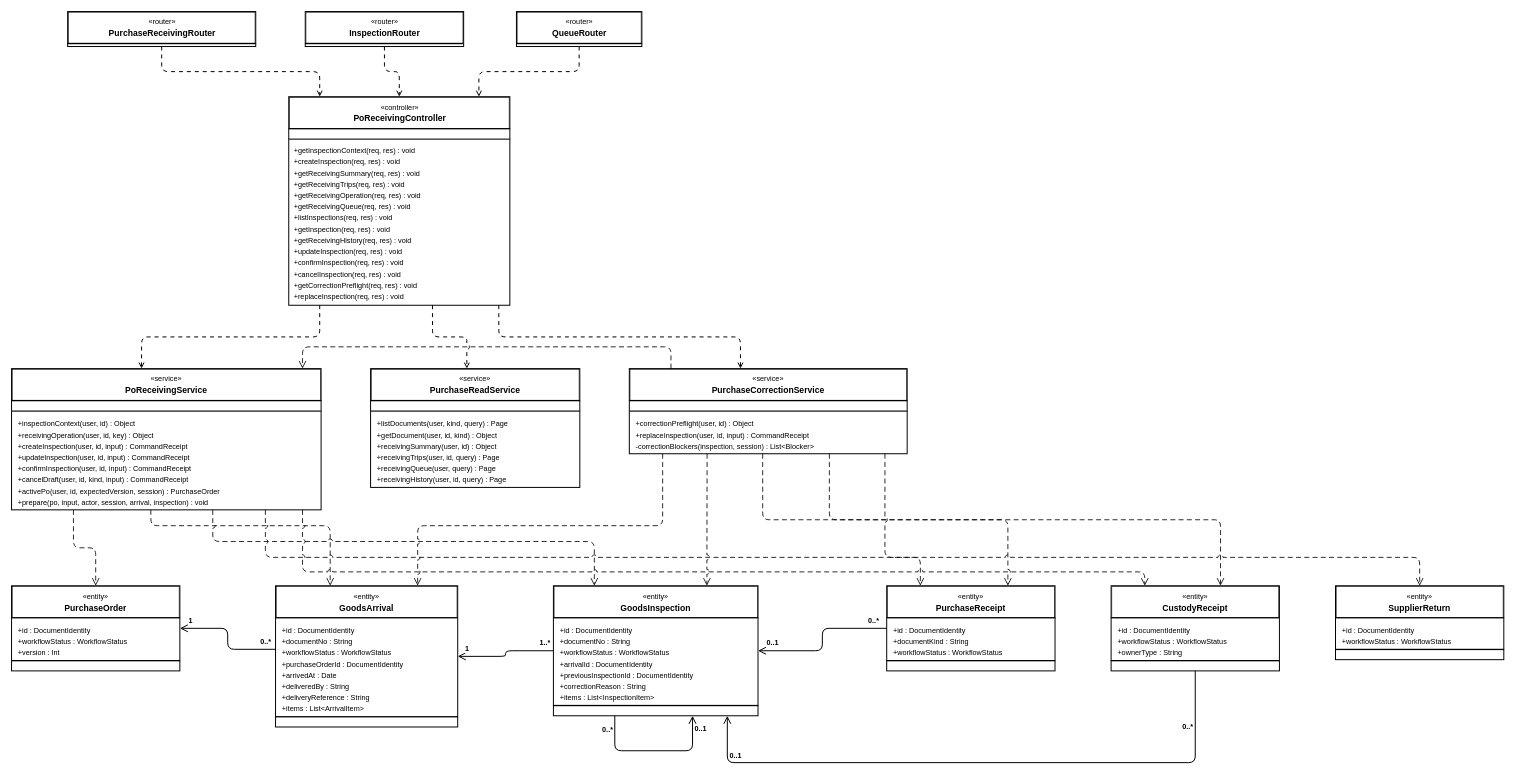
Before: page "1.3.1 Inspection Class" (13 of 25) of git_doc/docs/04_so_do/WMSD_BF01_Diagrams.drawio in bupbalabup/wmsd_be, a draw.io diagram. Source tidied: cells renumbered, new cells numbered last; positions are measured from the earlier drawing's top-left corner, leaving out a move shared by most shapes. Both pictures are drawn from the tidied source at 66%, with x=0, y=0 at pixel (11, 11).
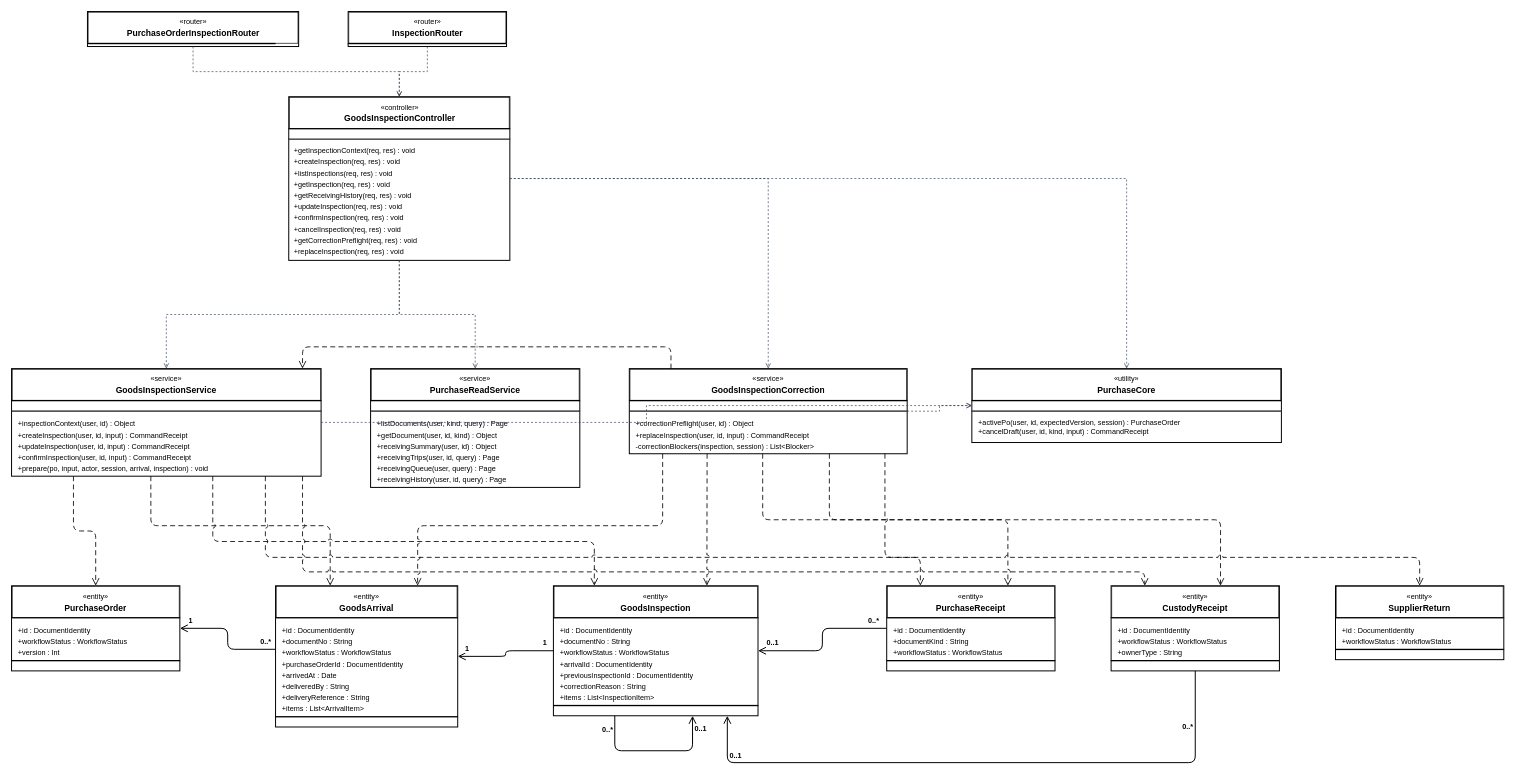
The same diagram, later.

The change refers to these unchanged cells:
```xml
<mxCell id="7" style="rounded=0;strokeWidth=1.5;shadow=0;fontFamily=Helvetica;fontColor=#000000;" parent="1" vertex="1">
  <mxGeometry x="544" y="541" width="317" height="180" as="geometry" />
</mxCell>
<mxCell id="12" style="rounded=0;strokeWidth=1.5;shadow=0;fontFamily=Helvetica;fontColor=#000000;" parent="1" vertex="1">
  <mxGeometry x="936" y="541" width="421" height="129" as="geometry" />
</mxCell>
<mxCell id="61" style="edgeStyle=orthogonalEdgeStyle;rounded=1;jettySize=auto;html=1;jumpStyle=arc;jumpSize=7;fontFamily=Helvetica;fontSize=11;fontColor=#000000;labelBackgroundColor=#FFFFFF;spacing=2;endArrow=open;endSize=9;endFill=0;strokeWidth=1.5;exitX=0;exitY=0.5;exitDx=0;exitDy=0;entryX=1;entryY=0.5;entryDx=0;entryDy=0;" parent="1" edge="1" source="27" target="22">
  <mxGeometry relative="1" as="geometry" />
</mxCell>
```

Diff of the diagram source:
```diff
@@
     <mxCell id="2" style="rounded=0;strokeWidth=1.5;shadow=0;fontFamily=Helvetica;fontColor=#000000;" parent="1" vertex="1">
-      <mxGeometry y="541" width="469" height="214" as="geometry" />
+      <mxGeometry y="541" width="469" height="163" as="geometry" />
     </mxCell>
-    <mxCell id="3" value="&lt;div style=&quot;font-size: 11px; font-weight: 400; line-height: 14px;&quot;&gt;«service»&lt;/div&gt;&lt;div style=&quot;font-size: 13px; font-weight: 700; line-height: 18px; margin-top: 2px;&quot;&gt;PoReceivingService&lt;/div&gt;" style="html=1;align=center;verticalAlign=middle;fontFamily=Helvetica;spacing=0;overflow=hidden;fontColor=#000000;" parent="2" vertex="1">
+    <mxCell id="3" value="&lt;div style=&quot;font-size: 11px; font-weight: 400; line-height: 14px;&quot;&gt;«service»&lt;/div&gt;&lt;div style=&quot;font-size: 13px; font-weight: 700; line-height: 18px; margin-top: 2px;&quot;&gt;GoodsInspectionService&lt;/div&gt;" style="html=1;align=center;verticalAlign=middle;fontFamily=Helvetica;spacing=0;overflow=hidden;fontColor=#000000;" parent="2" vertex="1">
       <mxGeometry x="1" y="1" width="467" height="47" as="geometry" />
     </mxCell>
@@
-    <mxCell id="6" value="&lt;div style=&quot;height:17px;line-height:17px;white-space:nowrap;&quot;&gt;+inspectionContext(user, id) : Object&lt;/div&gt;&lt;div style=&quot;height:17px;line-height:17px;white-space:nowrap;&quot;&gt;+receivingOperation(user, id, key) : Object&lt;/div&gt;&lt;div style=&quot;height:17px;line-height:17px;white-space:nowrap;&quot;&gt;+createInspection(user, id, input) : CommandReceipt&lt;/div&gt;&lt;div style=&quot;height:17px;line-height:17px;white-space:nowrap;&quot;&gt;+updateInspection(user, id, input) : CommandReceipt&lt;/div&gt;&lt;div style=&quot;height:17px;line-height:17px;white-space:nowrap;&quot;&gt;+confirmInspection(user, id, input) : CommandReceipt&lt;/div&gt;&lt;div style=&quot;height:17px;line-height:17px;white-space:nowrap;&quot;&gt;+cancelDraft(user, id, kind, input) : CommandReceipt&lt;/div&gt;&lt;div style=&quot;height:17px;line-height:17px;white-space:nowrap;&quot;&gt;+activePo(user, id, expectedVersion, session) : PurchaseOrder&lt;/div&gt;&lt;div style=&quot;height:17px;line-height:17px;white-space:nowrap;&quot;&gt;+prepare(po, input, actor, session, arrival, inspection) : void&lt;/div&gt;" style="text;html=1;align=left;verticalAlign=top;whiteSpace:nowrap;fontFamily=Helvetica;fontSize=11;spacing=0;fontColor=#000000;" parent="2" vertex="1">
-      <mxGeometry x="10" y="71" width="449" height="138" as="geometry" />
+    <mxCell id="6" value="&lt;div style=&quot;height:17px;line-height:17px;white-space:nowrap;&quot;&gt;+inspectionContext(user, id) : Object&lt;/div&gt;&lt;div style=&quot;height:17px;line-height:17px;white-space:nowrap;&quot;&gt;+createInspection(user, id, input) : CommandReceipt&lt;/div&gt;&lt;div style=&quot;height:17px;line-height:17px;white-space:nowrap;&quot;&gt;+updateInspection(user, id, input) : CommandReceipt&lt;/div&gt;&lt;div style=&quot;height:17px;line-height:17px;white-space:nowrap;&quot;&gt;+confirmInspection(user, id, input) : CommandReceipt&lt;/div&gt;&lt;div style=&quot;height:17px;line-height:17px;white-space:nowrap;&quot;&gt;+prepare(po, input, actor, session, arrival, inspection) : void&lt;/div&gt;" style="text;html=1;align=left;verticalAlign=top;whiteSpace:nowrap;fontFamily=Helvetica;fontSize=11;spacing=0;fontColor=#000000;" parent="2" vertex="1">
+      <mxGeometry x="10" y="71" width="449" height="87" as="geometry" />
     </mxCell>
@@
-    <mxCell id="13" value="&lt;div style=&quot;font-size: 11px; font-weight: 400; line-height: 14px;&quot;&gt;«service»&lt;/div&gt;&lt;div style=&quot;font-size: 13px; font-weight: 700; line-height: 18px; margin-top: 2px;&quot;&gt;PurchaseCorrectionService&lt;/div&gt;" style="html=1;align=center;verticalAlign=middle;fontFamily=Helvetica;spacing=0;overflow=hidden;fontColor=#000000;" parent="12" vertex="1">
+    <mxCell id="13" value="&lt;div style=&quot;font-size: 11px; font-weight: 400; line-height: 14px;&quot;&gt;«service»&lt;/div&gt;&lt;div style=&quot;font-size: 13px; font-weight: 700; line-height: 18px; margin-top: 2px;&quot;&gt;GoodsInspectionCorrection&lt;/div&gt;" style="html=1;align=center;verticalAlign=middle;fontFamily=Helvetica;spacing=0;overflow=hidden;fontColor=#000000;" parent="12" vertex="1">
       <mxGeometry x="1" y="1" width="419" height="47" as="geometry" />
     </mxCell>
@@
-    <mxCell id="62" value="1..*" style="edgeLabel;html=1;align=center;verticalAlign=middle;fontFamily=Helvetica;fontSize=11;fontStyle=1;fontColor=#000000;labelBackgroundColor=#FFFFFF;" parent="61" vertex="1">
+    <mxCell id="62" value="1" style="edgeLabel;html=1;align=center;verticalAlign=middle;fontFamily=Helvetica;fontSize=11;fontStyle=1;fontColor=#000000;labelBackgroundColor=#FFFFFF;" parent="61" vertex="1">
       <mxGeometry x="-0.82" y="-12" relative="1" as="geometry" />
     </mxCell>
@@
     <mxCell id="73" style="rounded=0;strokeWidth=1.5;fontFamily=Helvetica;fontColor=#000000;" parent="1" vertex="1">
-      <mxGeometry x="85" width="285" height="53" as="geometry" />
+      <mxGeometry x="115" width="320" height="53" as="geometry" />
     </mxCell>
-    <mxCell id="74" value="&lt;div style=&quot;font-size: 11px; font-weight: 400; line-height: 14px;&quot;&gt;«router»&lt;/div&gt;&lt;div style=&quot;font-size: 13px; font-weight: 700; line-height: 18px; margin-top: 2px;&quot;&gt;PurchaseReceivingRouter&lt;/div&gt;" style="html=1;align=center;verticalAlign=middle;fontFamily=Helvetica;spacing=0;fontColor=#000000;" parent="73" vertex="1">
-      <mxGeometry x="1" y="1" width="283" height="47" as="geometry" />
+    <mxCell id="74" value="&lt;div style=&quot;font-size: 11px; font-weight: 400; line-height: 14px;&quot;&gt;«router»&lt;/div&gt;&lt;div style=&quot;font-size: 13px; font-weight: 700; line-height: 18px; margin-top: 2px;&quot;&gt;PurchaseOrderInspectionRouter&lt;/div&gt;" style="html=1;align=center;verticalAlign=middle;fontFamily=Helvetica;spacing=0;fontColor=#000000;" parent="73" vertex="1">
+      <mxGeometry x="1" y="1" width="318" height="47" as="geometry" />
     </mxCell>
@@
     <mxCell id="76" style="rounded=0;strokeWidth=1.5;fontFamily=Helvetica;fontColor=#000000;" parent="1" vertex="1">
-      <mxGeometry x="445" width="240" height="53" as="geometry" />
+      <mxGeometry x="510" width="240" height="53" as="geometry" />
     </mxCell>
@@
-    <mxCell id="79" style="rounded=0;strokeWidth=1.5;fontFamily=Helvetica;fontColor=#000000;" parent="1" vertex="1">
-      <mxGeometry x="765" width="190" height="53" as="geometry" />
-    </mxCell>
-    <mxCell id="80" value="&lt;div style=&quot;font-size: 11px; font-weight: 400; line-height: 14px;&quot;&gt;«router»&lt;/div&gt;&lt;div style=&quot;font-size: 13px; font-weight: 700; line-height: 18px; margin-top: 2px;&quot;&gt;QueueRouter&lt;/div&gt;" style="html=1;align=center;verticalAlign=middle;fontFamily=Helvetica;spacing=0;fontColor=#000000;" parent="79" vertex="1">
-      <mxGeometry x="1" y="1" width="188" height="47" as="geometry" />
-    </mxCell>
-    <mxCell id="81" style="fontFamily=Helvetica;fontColor=#000000;" parent="79" vertex="1">
-      <mxGeometry y="48" width="190" height="1" as="geometry" />
-    </mxCell>
     <mxCell id="82" style="rounded=0;strokeWidth=1.5;fontFamily=Helvetica;fontColor=#000000;" parent="1" vertex="1">
-      <mxGeometry x="420" y="129" width="335" height="316" as="geometry" />
+      <mxGeometry x="420" y="129" width="335" height="248" as="geometry" />
     </mxCell>
-    <mxCell id="83" value="&lt;div style=&quot;font-size: 11px; font-weight: 400; line-height: 14px;&quot;&gt;«controller»&lt;/div&gt;&lt;div style=&quot;font-size: 13px; font-weight: 700; line-height: 18px; margin-top: 2px;&quot;&gt;PoReceivingController&lt;/div&gt;" style="html=1;align=center;verticalAlign=middle;fontFamily=Helvetica;spacing=0;fontColor=#000000;" parent="82" vertex="1">
+    <mxCell id="83" value="&lt;div style=&quot;font-size: 11px; font-weight: 400; line-height: 14px;&quot;&gt;«controller»&lt;/div&gt;&lt;div style=&quot;font-size: 13px; font-weight: 700; line-height: 18px; margin-top: 2px;&quot;&gt;GoodsInspectionController&lt;/div&gt;" style="html=1;align=center;verticalAlign=middle;fontFamily=Helvetica;spacing=0;fontColor=#000000;" parent="82" vertex="1">
       <mxGeometry x="1" y="1" width="333" height="47" as="geometry" />
     </mxCell>
@@
-    <mxCell id="86" value="&lt;div style=&quot;height:17px;line-height:17px;white-space:nowrap;&quot;&gt;+getInspectionContext(req, res) : void&lt;/div&gt;&lt;div style=&quot;height:17px;line-height:17px;white-space:nowrap;&quot;&gt;+createInspection(req, res) : void&lt;/div&gt;&lt;div style=&quot;height:17px;line-height:17px;white-space:nowrap;&quot;&gt;+getReceivingSummary(req, res) : void&lt;/div&gt;&lt;div style=&quot;height:17px;line-height:17px;white-space:nowrap;&quot;&gt;+getReceivingTrips(req, res) : void&lt;/div&gt;&lt;div style=&quot;height:17px;line-height:17px;white-space:nowrap;&quot;&gt;+getReceivingOperation(req, res) : void&lt;/div&gt;&lt;div style=&quot;height:17px;line-height:17px;white-space:nowrap;&quot;&gt;+getReceivingQueue(req, res) : void&lt;/div&gt;&lt;div style=&quot;height:17px;line-height:17px;white-space:nowrap;&quot;&gt;+listInspections(req, res) : void&lt;/div&gt;&lt;div style=&quot;height:17px;line-height:17px;white-space:nowrap;&quot;&gt;+getInspection(req, res) : void&lt;/div&gt;&lt;div style=&quot;height:17px;line-height:17px;white-space:nowrap;&quot;&gt;+getReceivingHistory(req, res) : void&lt;/div&gt;&lt;div style=&quot;height:17px;line-height:17px;white-space:nowrap;&quot;&gt;+updateInspection(req, res) : void&lt;/div&gt;&lt;div style=&quot;height:17px;line-height:17px;white-space:nowrap;&quot;&gt;+confirmInspection(req, res) : void&lt;/div&gt;&lt;div style=&quot;height:17px;line-height:17px;white-space:nowrap;&quot;&gt;+cancelInspection(req, res) : void&lt;/div&gt;&lt;div style=&quot;height:17px;line-height:17px;white-space:nowrap;&quot;&gt;+getCorrectionPreflight(req, res) : void&lt;/div&gt;&lt;div style=&quot;height:17px;line-height:17px;white-space:nowrap;&quot;&gt;+replaceInspection(req, res) : void&lt;/div&gt;" style="text;html=1;align=left;verticalAlign=top;whiteSpace:nowrap;fontFamily=Helvetica;fontSize=11;spacing=0;fontColor=#000000;" parent="82" vertex="1">
-      <mxGeometry x="8" y="69" width="319" height="238" as="geometry" />
+    <mxCell id="86" value="&lt;div style=&quot;height:17px;line-height:17px;white-space:nowrap;&quot;&gt;+getInspectionContext(req, res) : void&lt;/div&gt;&lt;div style=&quot;height:17px;line-height:17px;white-space:nowrap;&quot;&gt;+createInspection(req, res) : void&lt;/div&gt;&lt;div style=&quot;height:17px;line-height:17px;white-space:nowrap;&quot;&gt;+listInspections(req, res) : void&lt;/div&gt;&lt;div style=&quot;height:17px;line-height:17px;white-space:nowrap;&quot;&gt;+getInspection(req, res) : void&lt;/div&gt;&lt;div style=&quot;height:17px;line-height:17px;white-space:nowrap;&quot;&gt;+getReceivingHistory(req, res) : void&lt;/div&gt;&lt;div style=&quot;height:17px;line-height:17px;white-space:nowrap;&quot;&gt;+updateInspection(req, res) : void&lt;/div&gt;&lt;div style=&quot;height:17px;line-height:17px;white-space:nowrap;&quot;&gt;+confirmInspection(req, res) : void&lt;/div&gt;&lt;div style=&quot;height:17px;line-height:17px;white-space:nowrap;&quot;&gt;+cancelInspection(req, res) : void&lt;/div&gt;&lt;div style=&quot;height:17px;line-height:17px;white-space:nowrap;&quot;&gt;+getCorrectionPreflight(req, res) : void&lt;/div&gt;&lt;div style=&quot;height:17px;line-height:17px;white-space:nowrap;&quot;&gt;+replaceInspection(req, res) : void&lt;/div&gt;" style="text;html=1;align=left;verticalAlign=top;whiteSpace:nowrap;fontFamily=Helvetica;fontSize=11;spacing=0;fontColor=#000000;" parent="82" vertex="1">
+      <mxGeometry x="8" y="69" width="319" height="172" as="geometry" />
     </mxCell>
-    <mxCell id="87" style="edgeStyle=orthogonalEdgeStyle;rounded=1;html=1;jumpStyle=arc;jumpSize=7;fontFamily=Helvetica;fontSize=11;fontColor=#000000;labelBackgroundColor=#FFFFFF;spacing=2;strokeWidth=1.5;dashed=1;dashPattern=4 4;endArrow=open;endFill=0;exitX=0.5;exitY=1;entryX=0.14;entryY=0;" parent="1" edge="1" source="73" target="82">
+    <mxCell id="87" style="edgeStyle=orthogonalEdgeStyle;rounded=0;jettySize=auto;html=1;dashed=1;endArrow=open;endFill=0;strokeColor=#334155;jumpStyle=arc;" parent="1" edge="1" source="73" target="82">
       <mxGeometry relative="1" as="geometry" />
     </mxCell>
-    <mxCell id="88" style="edgeStyle=orthogonalEdgeStyle;rounded=1;html=1;jumpStyle=arc;jumpSize=7;fontFamily=Helvetica;fontSize=11;fontColor=#000000;labelBackgroundColor=#FFFFFF;spacing=2;strokeWidth=1.5;dashed=1;dashPattern=4 4;endArrow=open;endFill=0;exitX=0.5;exitY=1;entryX=0.5;entryY=0;" parent="1" edge="1" source="76" target="82">
+    <mxCell id="88" style="edgeStyle=orthogonalEdgeStyle;rounded=0;jettySize=auto;html=1;dashed=1;endArrow=open;endFill=0;strokeColor=#334155;jumpStyle=arc;" parent="1" edge="1" source="76" target="82">
       <mxGeometry relative="1" as="geometry" />
     </mxCell>
-    <mxCell id="89" style="edgeStyle=orthogonalEdgeStyle;rounded=1;html=1;jumpStyle=arc;jumpSize=7;fontFamily=Helvetica;fontSize=11;fontColor=#000000;labelBackgroundColor=#FFFFFF;spacing=2;strokeWidth=1.5;dashed=1;dashPattern=4 4;endArrow=open;endFill=0;exitX=0.5;exitY=1;entryX=0.86;entryY=0;" parent="1" edge="1" source="79" target="82">
-      <mxGeometry relative="1" as="geometry" />
-    </mxCell>
-    <mxCell id="90" style="edgeStyle=orthogonalEdgeStyle;rounded=1;html=1;jumpStyle=arc;jumpSize=7;fontFamily=Helvetica;fontSize=11;fontColor=#000000;labelBackgroundColor=#FFFFFF;spacing=2;strokeWidth=1.5;dashed=1;dashPattern=4 4;endArrow=open;endFill=0;exitX=0.14;exitY=1;entryX=0.42;entryY=0;" parent="1" edge="1" source="82" target="2">
-      <mxGeometry y="-7" relative="1" as="geometry" />
+    <mxCell id="90" style="edgeStyle=orthogonalEdgeStyle;rounded=0;jettySize=auto;html=1;dashed=1;endArrow=open;endFill=0;strokeColor=#334155;jumpStyle=arc;" parent="1" edge="1" source="82" target="2">
+      <mxGeometry relative="1" as="geometry" />
     </mxCell>
-    <mxCell id="91" style="edgeStyle=orthogonalEdgeStyle;rounded=1;html=1;jumpStyle=arc;jumpSize=7;fontFamily=Helvetica;fontSize=11;fontColor=#000000;labelBackgroundColor=#FFFFFF;spacing=2;strokeWidth=1.5;dashed=1;dashPattern=4 4;endArrow=open;endFill=0;exitX=0.65;exitY=1;entryX=0.46;entryY=0;" parent="1" edge="1" source="82" target="7">
-      <mxGeometry y="12" relative="1" as="geometry" />
+    <mxCell id="91" style="edgeStyle=orthogonalEdgeStyle;rounded=0;jettySize=auto;html=1;dashed=1;endArrow=open;endFill=0;strokeColor=#334155;jumpStyle=arc;" parent="1" edge="1" source="82" target="7">
+      <mxGeometry relative="1" as="geometry" />
     </mxCell>
-    <mxCell id="92" style="edgeStyle=orthogonalEdgeStyle;rounded=1;html=1;jumpStyle=arc;jumpSize=7;fontFamily=Helvetica;fontSize=11;fontColor=#000000;labelBackgroundColor=#FFFFFF;spacing=2;strokeWidth=1.5;dashed=1;dashPattern=4 4;endArrow=open;endFill=0;exitX=0.95;exitY=1;entryX=0.4;entryY=0;" parent="1" edge="1" source="82" target="12">
+    <mxCell id="92" style="edgeStyle=orthogonalEdgeStyle;rounded=0;jettySize=auto;html=1;dashed=1;endArrow=open;endFill=0;strokeColor=#334155;jumpStyle=arc;" parent="1" edge="1" source="82" target="12">
       <mxGeometry relative="1" as="geometry" />
     </mxCell>
+    <mxCell id="93" style="rounded=0;strokeWidth=1.5;shadow=0;fontFamily=Helvetica;fontColor=#000000;" parent="1" vertex="1">
+      <mxGeometry x="1455" y="541" width="469" height="112" as="geometry" />
+    </mxCell>
+    <mxCell id="94" value="&lt;div style=&quot;font-size: 11px; font-weight: 400; line-height: 14px;&quot;&gt;«utility»&lt;/div&gt;&lt;div style=&quot;font-size: 13px; font-weight: 700; line-height: 18px; margin-top: 2px;&quot;&gt;PurchaseCore&lt;/div&gt;" style="html=1;align=center;verticalAlign=middle;fontFamily=Helvetica;spacing=0;overflow=hidden;fontColor=#000000;" parent="93" vertex="1">
+      <mxGeometry x="1" y="1" width="467" height="47" as="geometry" />
+    </mxCell>
+    <mxCell id="95" value="+activePo(user, id, expectedVersion, session) : PurchaseOrder&lt;br&gt;+cancelDraft(user, id, kind, input) : CommandReceipt" style="text;html=1;align=left;verticalAlign=top;whiteSpace:nowrap;fontFamily=Helvetica;fontSize=11;spacing=0;fontColor=#000000;" parent="93" vertex="1">
+      <mxGeometry x="10" y="71" width="449" height="36" as="geometry" />
+    </mxCell>
+    <mxCell id="96" style="fontFamily=Helvetica;fontColor=#000000;" parent="93" vertex="1">
+      <mxGeometry y="48" width="469" height="1" as="geometry" />
+    </mxCell>
+    <mxCell id="97" style="fontFamily=Helvetica;fontColor=#000000;" parent="93" vertex="1">
+      <mxGeometry y="64" width="469" height="1" as="geometry" />
+    </mxCell>
+    <mxCell id="98" style="edgeStyle=orthogonalEdgeStyle;rounded=0;jettySize=auto;html=1;dashed=1;endArrow=open;endFill=0;strokeColor=#334155;jumpStyle=arc;" parent="1" edge="1" source="82" target="93">
+      <mxGeometry relative="1" as="geometry" />
+    </mxCell>
+    <mxCell id="99" style="edgeStyle=orthogonalEdgeStyle;rounded=0;jettySize=auto;html=1;dashed=1;endArrow=open;endFill=0;strokeColor=#334155;jumpStyle=arc;" parent="1" edge="1" source="2" target="93">
+      <mxGeometry relative="1" as="geometry" />
+    </mxCell>
+    <mxCell id="100" style="edgeStyle=orthogonalEdgeStyle;rounded=0;jettySize=auto;html=1;dashed=1;endArrow=open;endFill=0;strokeColor=#334155;jumpStyle=arc;" parent="1" edge="1" source="12" target="93">
+      <mxGeometry relative="1" as="geometry" />
+    </mxCell>
```
